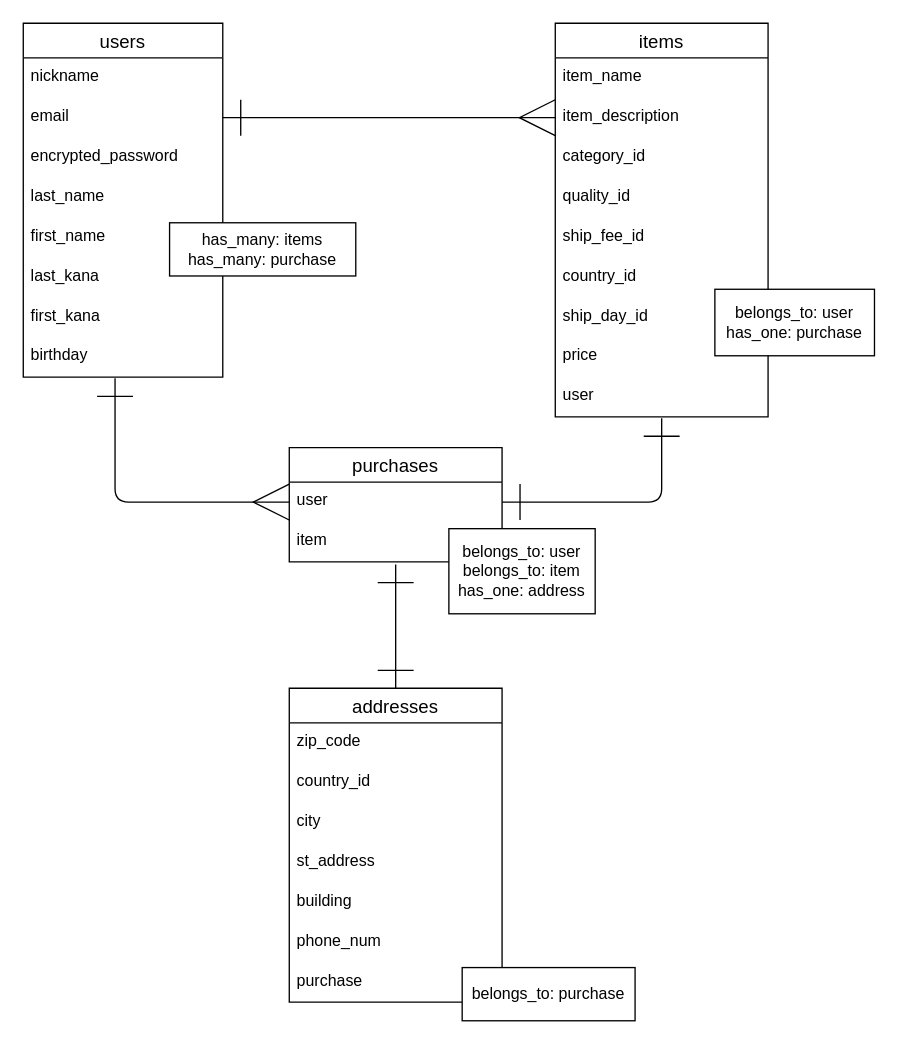
Earlier version of the draw.io diagram furima.dio (cut2key/furima-37593). Source tidied: cells renumbered, new cells numbered last; positions are measured from the earlier drawing's top-left corner, leaving out a move shared by most shapes. Both pictures are drawn from the tidied source at 133%, with x=0, y=0 at pixel (23, 23).
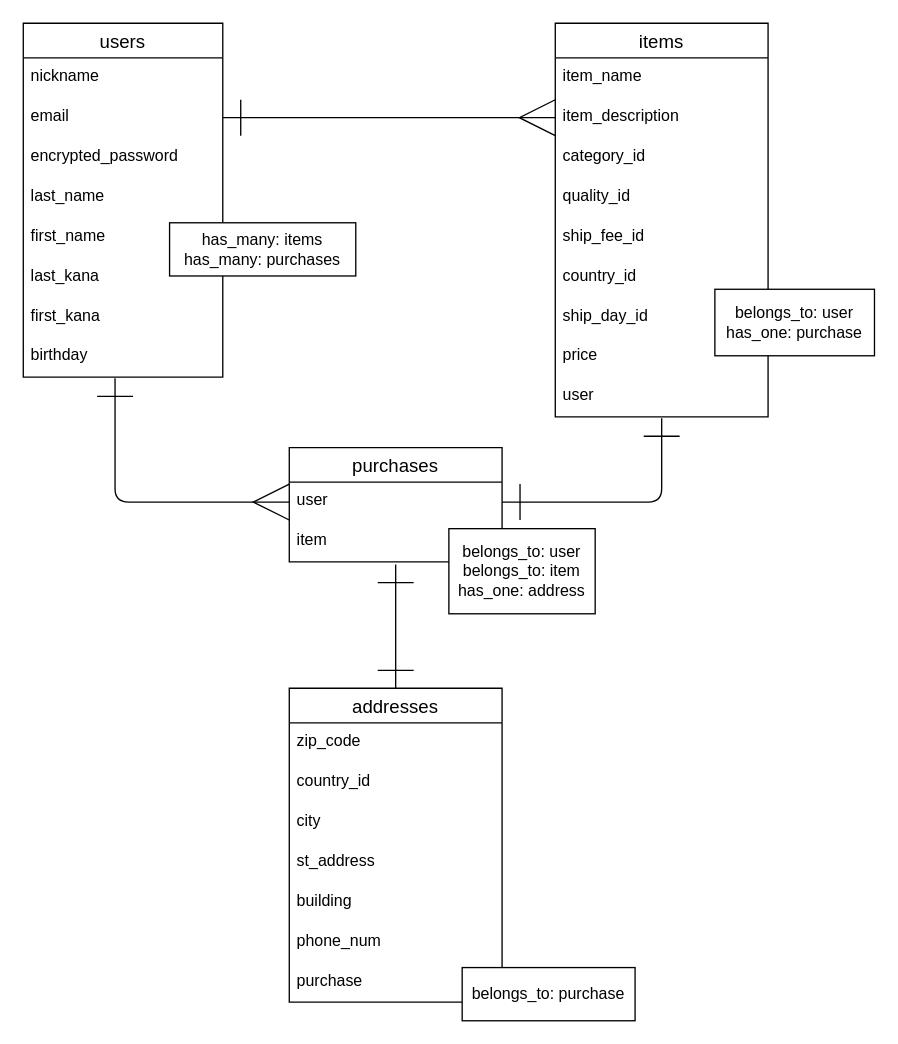
The same page after the edit.

Change to the diagram source:
```diff
@@
-    <mxCell id="33" value="has_many: items&lt;br&gt;has_many: purchase" style="whiteSpace=wrap;html=1;align=center;" parent="1" vertex="1">
+    <mxCell id="33" value="has_many: items&lt;br&gt;has_many: purchases" style="whiteSpace=wrap;html=1;align=center;" parent="1" vertex="1">
       <mxGeometry x="110" y="150" width="140" height="40" as="geometry" />
     </mxCell>
```
